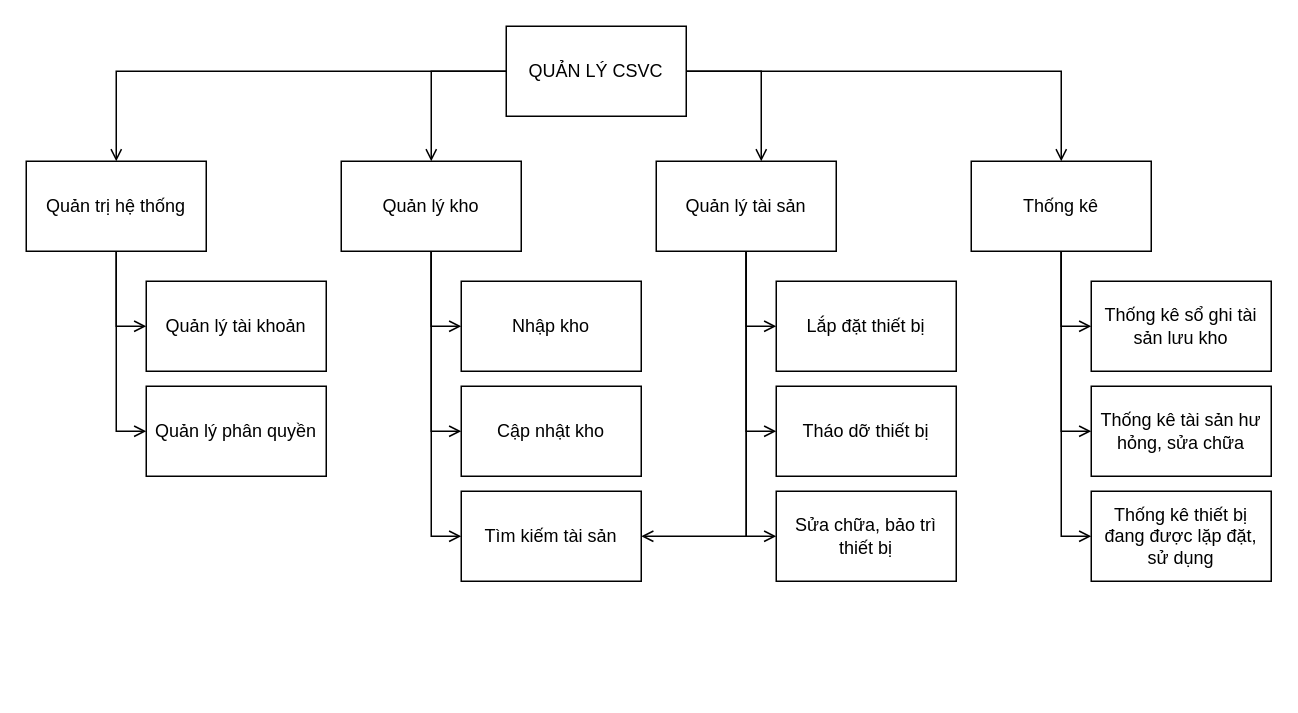
Before: PhanCapChucNang.drawio in LocalHost127000/OODA, a draw.io diagram. Source tidied: cells renumbered, new cells numbered last; positions are measured from the earlier drawing's top-left corner, leaving out a move shared by most shapes. Both pictures are drawn from the tidied source at 150%, with x=0, y=0 at pixel (26, 26).
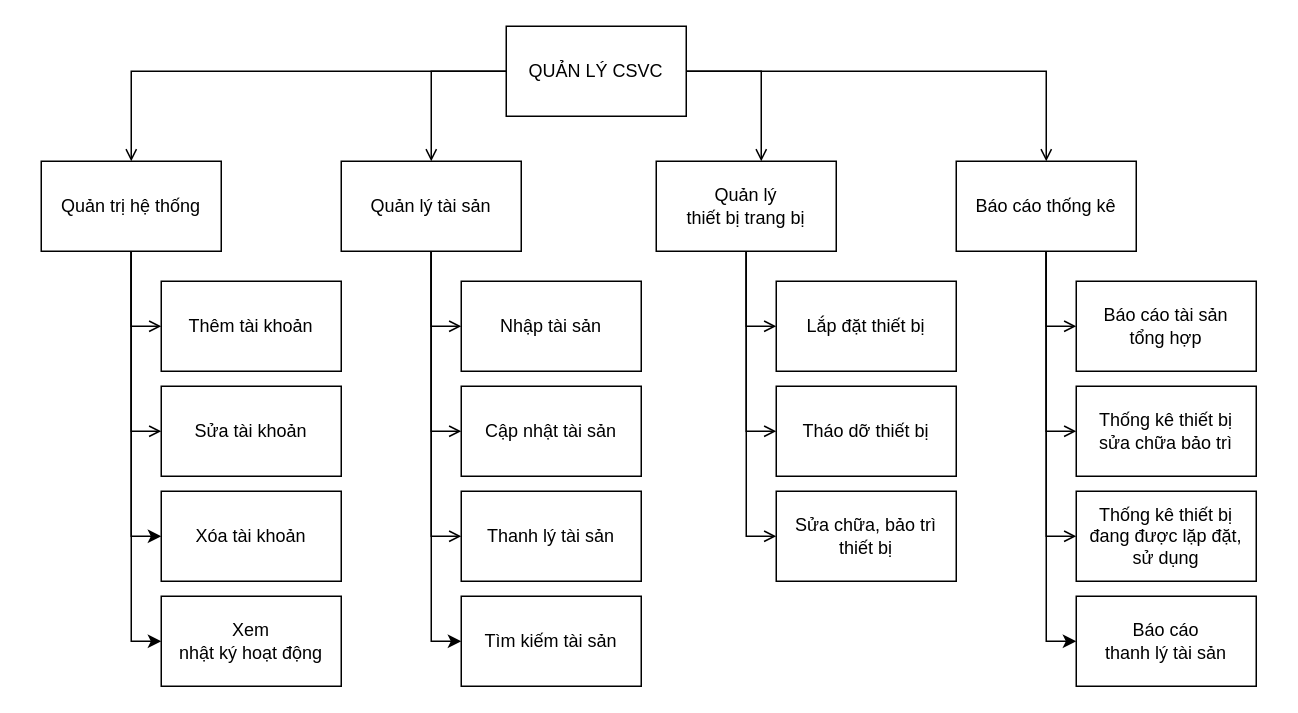
The same diagram, later.

The change refers to these unchanged cells:
```xml
<mxCell id="6" value="QUẢN LÝ CSVC" style="rounded=0;whiteSpace=wrap;html=1;" parent="1" vertex="1">
  <mxGeometry x="320" width="120" height="60" as="geometry" />
</mxCell>
```

Change to the diagram source:
```diff
@@
     <mxCell id="2" style="edgeStyle=orthogonalEdgeStyle;rounded=0;jettySize=auto;html=1;entryX=0.5;entryY=0;entryDx=0;entryDy=0;endArrow=open;endFill=0;" parent="1" edge="1" source="6" target="18">
       <mxGeometry relative="1" as="geometry">
         <Array as="points">
-          <mxPoint x="60" y="30" />
+          <mxPoint x="70" y="30" />
         </Array>
       </mxGeometry>
     </mxCell>
@@
-    <mxCell id="10" style="edgeStyle=orthogonalEdgeStyle;rounded=0;jettySize=auto;html=1;entryX=1;entryY=0.5;entryDx=0;entryDy=0;endArrow=open;endFill=0;" parent="1" edge="1" source="11" target="26">
-      <mxGeometry relative="1" as="geometry">
-        <Array as="points">
-          <mxPoint x="480" y="340" />
-        </Array>
-      </mxGeometry>
-    </mxCell>
-    <mxCell id="11" value="Quản lý tài sản" style="rounded=0;whiteSpace=wrap;html=1;" parent="1" vertex="1">
+    <mxCell id="11" value="Quản lý &lt;br&gt;thiết bị trang bị" style="rounded=0;whiteSpace=wrap;html=1;" parent="1" vertex="1">
       <mxGeometry x="420" y="90" width="120" height="60" as="geometry" />
     </mxCell>
@@
+    <mxCell id="34" style="edgeStyle=orthogonalEdgeStyle;rounded=0;jettySize=auto;html=1;entryX=0;entryY=0.5;entryDx=0;entryDy=0;" parent="1" edge="1" source="15" target="40">
+      <mxGeometry relative="1" as="geometry" />
+    </mxCell>
-    <mxCell id="15" value="Thống kê" style="rounded=0;whiteSpace=wrap;html=1;" parent="1" vertex="1">
-      <mxGeometry x="630" y="90" width="120" height="60" as="geometry" />
+    <mxCell id="15" value="Báo cáo thống kê" style="rounded=0;whiteSpace=wrap;html=1;" parent="1" vertex="1">
+      <mxGeometry x="620" y="90" width="120" height="60" as="geometry" />
     </mxCell>
@@
+    <mxCell id="35" style="edgeStyle=orthogonalEdgeStyle;rounded=0;jettySize=auto;html=1;entryX=0;entryY=0.5;entryDx=0;entryDy=0;" parent="1" edge="1" source="18" target="39">
+      <mxGeometry relative="1" as="geometry" />
+    </mxCell>
+    <mxCell id="36" style="edgeStyle=orthogonalEdgeStyle;rounded=0;jettySize=auto;html=1;entryX=0;entryY=0.5;entryDx=0;entryDy=0;" parent="1" edge="1" source="18" target="38">
+      <mxGeometry relative="1" as="geometry" />
+    </mxCell>
     <mxCell id="18" value="Quản trị hệ thống" style="rounded=0;whiteSpace=wrap;html=1;" parent="1" vertex="1">
-      <mxGeometry y="90" width="120" height="60" as="geometry" />
+      <mxGeometry x="10" y="90" width="120" height="60" as="geometry" />
     </mxCell>
@@
+    <mxCell id="37" style="edgeStyle=orthogonalEdgeStyle;rounded=0;jettySize=auto;html=1;entryX=0;entryY=0.5;entryDx=0;entryDy=0;" parent="1" edge="1" source="22" target="41">
+      <mxGeometry relative="1" as="geometry" />
+    </mxCell>
-    <mxCell id="22" value="Quản lý kho" style="rounded=0;whiteSpace=wrap;html=1;" parent="1" vertex="1">
+    <mxCell id="22" value="Quản lý tài sản" style="rounded=0;whiteSpace=wrap;html=1;" parent="1" vertex="1">
       <mxGeometry x="210" y="90" width="120" height="60" as="geometry" />
     </mxCell>
-    <mxCell id="23" value="Quản lý tài khoản" style="rounded=0;whiteSpace=wrap;html=1;" parent="1" vertex="1">
-      <mxGeometry x="80" y="170" width="120" height="60" as="geometry" />
+    <mxCell id="23" value="Thêm tài khoản" style="rounded=0;whiteSpace=wrap;html=1;" parent="1" vertex="1">
+      <mxGeometry x="90" y="170" width="120" height="60" as="geometry" />
     </mxCell>
-    <mxCell id="24" value="Nhập kho" style="rounded=0;whiteSpace=wrap;html=1;" parent="1" vertex="1">
+    <mxCell id="24" value="Nhập tài sản" style="rounded=0;whiteSpace=wrap;html=1;" parent="1" vertex="1">
       <mxGeometry x="290" y="170" width="120" height="60" as="geometry" />
     </mxCell>
-    <mxCell id="25" value="Cập nhật kho" style="rounded=0;whiteSpace=wrap;html=1;" parent="1" vertex="1">
+    <mxCell id="25" value="Cập nhật tài sản" style="rounded=0;whiteSpace=wrap;html=1;" parent="1" vertex="1">
       <mxGeometry x="290" y="240" width="120" height="60" as="geometry" />
     </mxCell>
-    <mxCell id="26" value="Tìm kiếm tài sản" style="rounded=0;whiteSpace=wrap;html=1;" parent="1" vertex="1">
+    <mxCell id="26" value="Thanh lý tài sản" style="rounded=0;whiteSpace=wrap;html=1;" parent="1" vertex="1">
       <mxGeometry x="290" y="310" width="120" height="60" as="geometry" />
     </mxCell>
@@
-    <mxCell id="29" value="Thống kê sổ ghi tài sản lưu kho" style="rounded=0;whiteSpace=wrap;html=1;" parent="1" vertex="1">
-      <mxGeometry x="710" y="170" width="120" height="60" as="geometry" />
+    <mxCell id="29" value="Báo cáo tài sản&lt;br&gt;tổng hợp" style="rounded=0;whiteSpace=wrap;html=1;" parent="1" vertex="1">
+      <mxGeometry x="700" y="170" width="120" height="60" as="geometry" />
     </mxCell>
-    <mxCell id="30" value="Thống kê tài sản hư hỏng, sửa chữa" style="rounded=0;whiteSpace=wrap;html=1;" parent="1" vertex="1">
-      <mxGeometry x="710" y="240" width="120" height="60" as="geometry" />
+    <mxCell id="30" value="Thống kê thiết bị&lt;br&gt;sửa chữa bảo trì" style="rounded=0;whiteSpace=wrap;html=1;" parent="1" vertex="1">
+      <mxGeometry x="700" y="240" width="120" height="60" as="geometry" />
     </mxCell>
     <mxCell id="31" value="Thống kê thiết bị đang được lặp đặt, sử dụng" style="rounded=0;whiteSpace=wrap;html=1;" parent="1" vertex="1">
-      <mxGeometry x="710" y="310" width="120" height="60" as="geometry" />
+      <mxGeometry x="700" y="310" width="120" height="60" as="geometry" />
     </mxCell>
@@
-    <mxCell id="33" value="Quản lý phân quyền" style="rounded=0;whiteSpace=wrap;html=1;" parent="1" vertex="1">
-      <mxGeometry x="80" y="240" width="120" height="60" as="geometry" />
+    <mxCell id="33" value="Sửa tài khoản" style="rounded=0;whiteSpace=wrap;html=1;" parent="1" vertex="1">
+      <mxGeometry x="90" y="240" width="120" height="60" as="geometry" />
     </mxCell>
+    <mxCell id="38" value="Xóa tài khoản" style="rounded=0;whiteSpace=wrap;html=1;" parent="1" vertex="1">
+      <mxGeometry x="90" y="310" width="120" height="60" as="geometry" />
+    </mxCell>
+    <mxCell id="39" value="Xem &lt;br&gt;nhật ký hoạt động" style="rounded=0;whiteSpace=wrap;html=1;" parent="1" vertex="1">
+      <mxGeometry x="90" y="380" width="120" height="60" as="geometry" />
+    </mxCell>
+    <mxCell id="40" value="Báo cáo&lt;br&gt;thanh lý tài sản" style="rounded=0;whiteSpace=wrap;html=1;" parent="1" vertex="1">
+      <mxGeometry x="700" y="380" width="120" height="60" as="geometry" />
+    </mxCell>
+    <mxCell id="41" value="Tìm kiếm tài sản" style="rounded=0;whiteSpace=wrap;html=1;" parent="1" vertex="1">
+      <mxGeometry x="290" y="380" width="120" height="60" as="geometry" />
+    </mxCell>
```
